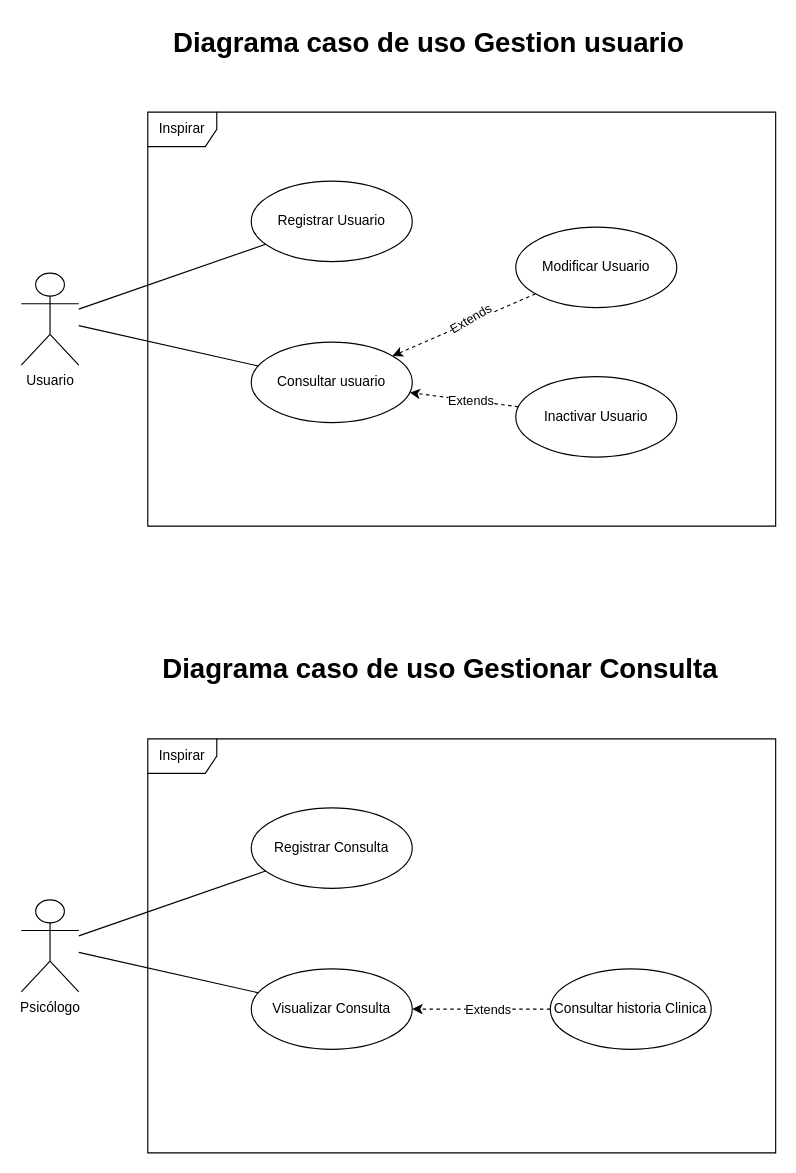
Earlier version of the draw.io diagram page "D. Caso de Uso: Gestión Consulta" (4 of 8) of Diagramas/Untitled Diagram.drawio (barloff2/Diagramas). Source tidied: cells renumbered, new cells numbered last; positions are measured from the earlier drawing's top-left corner, leaving out a move shared by most shapes. Both pictures are drawn from the tidied source at 115%, with x=0, y=0 at pixel (21, 20).
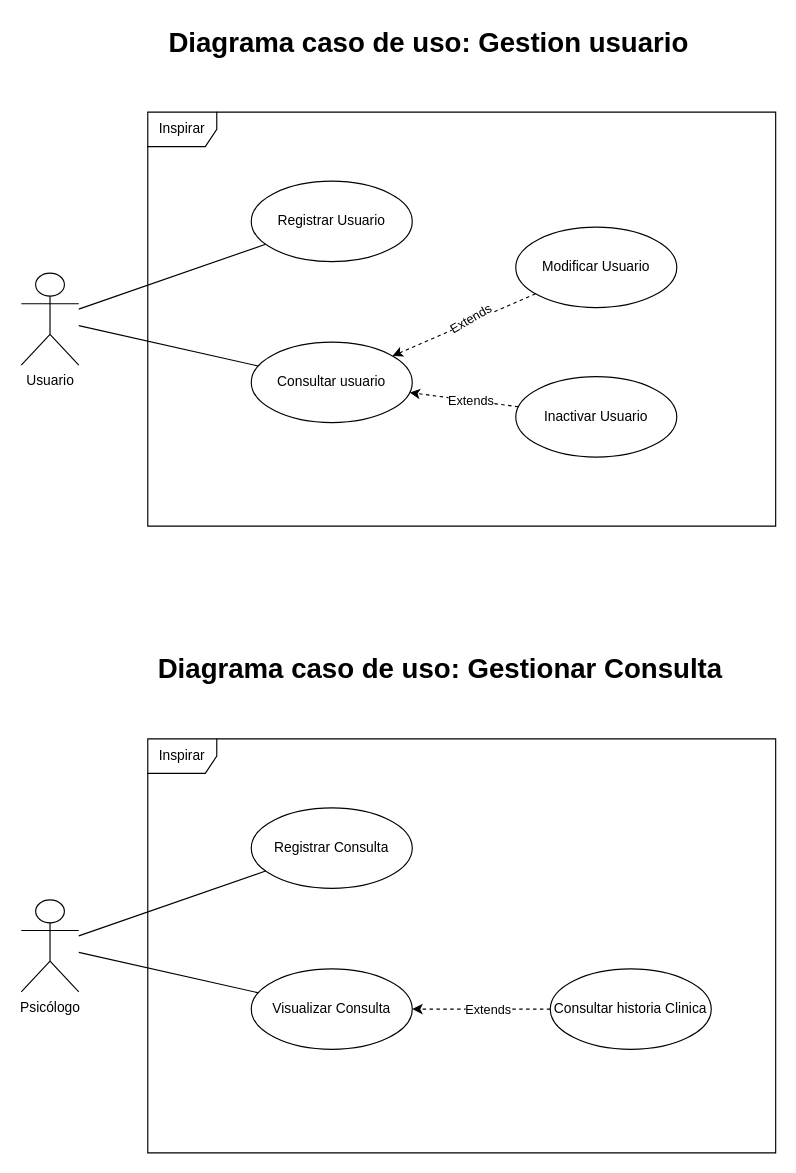
The same page after the edit.

What changed in the source:
```diff
@@
-    <mxCell id="3" value="Diagrama caso de uso Gestion usuario" style="text;strokeColor=none;fillColor=none;html=1;fontSize=24;fontStyle=1;verticalAlign=middle;align=center;" parent="1" vertex="1">
+    <mxCell id="3" value="Diagrama caso de uso: Gestion usuario" style="text;strokeColor=none;fillColor=none;html=1;fontSize=24;fontStyle=1;verticalAlign=middle;align=center;" parent="1" vertex="1">
       <mxGeometry x="120" width="467" height="40" as="geometry" />
     </mxCell>
@@
-    <mxCell id="16" value="Diagrama caso de uso Gestionar Consulta" style="text;strokeColor=none;fillColor=none;html=1;fontSize=24;fontStyle=1;verticalAlign=middle;align=center;" parent="1" vertex="1">
+    <mxCell id="16" value="Diagrama caso de uso: Gestionar Consulta" style="text;strokeColor=none;fillColor=none;html=1;fontSize=24;fontStyle=1;verticalAlign=middle;align=center;" parent="1" vertex="1">
       <mxGeometry x="115" y="545" width="497" height="40" as="geometry" />
     </mxCell>
```
